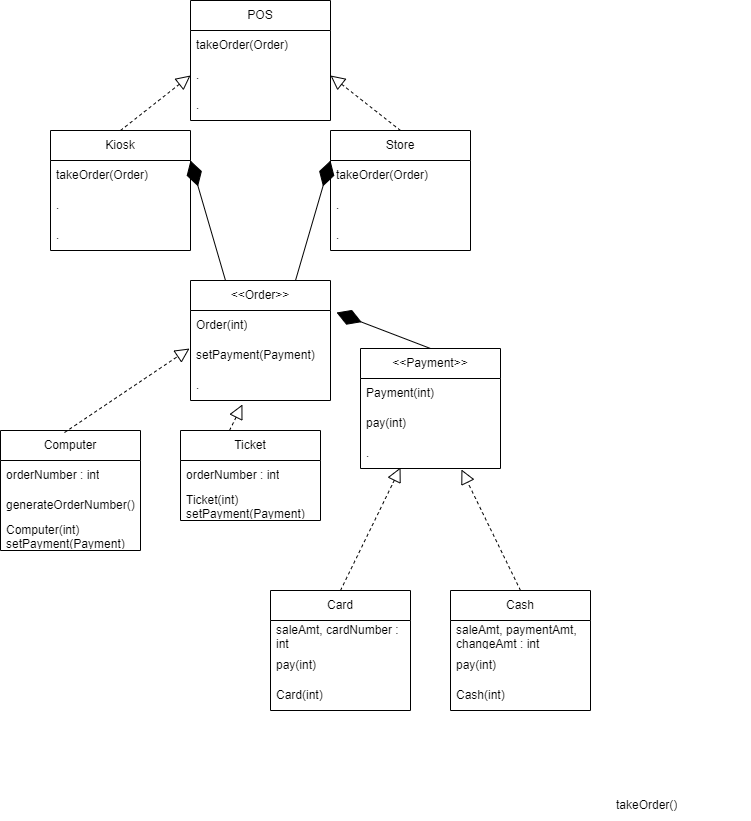
Arellano-Jann/strategy-pattern keeps this draw.io diagram as HW 1 UML Image.png. Above is the earlier version. Source tidied: cells renumbered, new cells last; positions are measured from the earlier drawing's top-left corner, leaving out a move shared by most shapes.
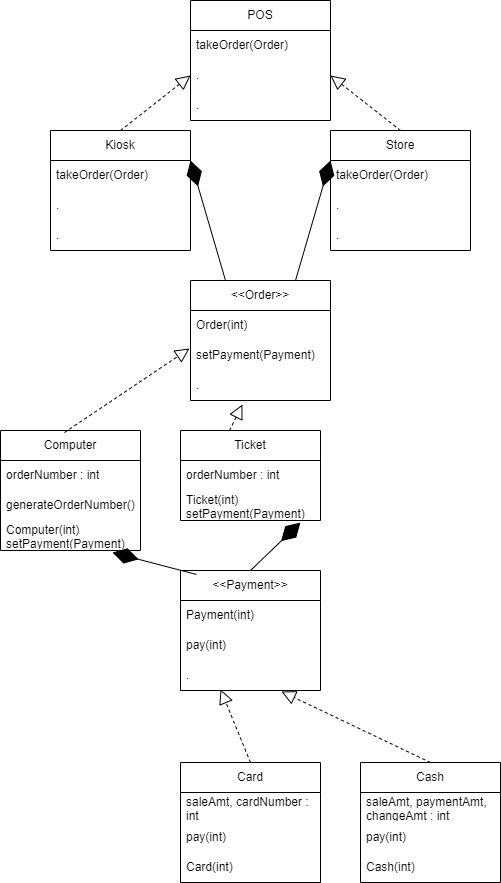
The same diagram one commit later.

The edit, as a diff of the source:
```diff
@@ -15,7 +15,7 @@
       <mxGeometry y="90" width="140" height="30" as="geometry" />
     </mxCell>
     <mxCell id="6" value="&amp;lt;&amp;lt;Payment&amp;gt;&amp;gt;" style="swimlane;fontStyle=0;horizontal=1;startSize=30;whiteSpace=wrap;html=1;" parent="1" vertex="1">
-      <mxGeometry x="360" y="348" width="140" height="120" as="geometry" />
+      <mxGeometry x="180" y="570" width="140" height="120" as="geometry" />
     </mxCell>
     <mxCell id="7" value="Payment(int)" style="text;strokeColor=none;fillColor=none;align=left;verticalAlign=middle;spacingLeft=4;spacingRight=4;overflow=hidden;whiteSpace=wrap;html=1;" parent="6" vertex="1">
       <mxGeometry y="30" width="140" height="30" as="geometry" />
@@ -72,7 +72,7 @@
       <mxGeometry y="60" width="140" height="30" as="geometry" />
     </mxCell>
     <mxCell id="25" value="Card" style="swimlane;fontStyle=0;horizontal=1;startSize=30;whiteSpace=wrap;html=1;" parent="1" vertex="1">
-      <mxGeometry x="270" y="590" width="140" height="120" as="geometry" />
+      <mxGeometry x="180" y="762" width="140" height="120" as="geometry" />
     </mxCell>
     <mxCell id="26" value="saleAmt, cardNumber : int" style="text;strokeColor=none;fillColor=none;align=left;verticalAlign=middle;spacingLeft=4;spacingRight=4;overflow=hidden;whiteSpace=wrap;html=1;" parent="25" vertex="1">
       <mxGeometry y="30" width="140" height="30" as="geometry" />
@@ -84,7 +84,7 @@
       <mxGeometry y="90" width="140" height="30" as="geometry" />
     </mxCell>
     <mxCell id="29" value="Cash" style="swimlane;fontStyle=0;horizontal=1;startSize=30;whiteSpace=wrap;html=1;" parent="1" vertex="1">
-      <mxGeometry x="450" y="590" width="140" height="120" as="geometry" />
+      <mxGeometry x="360" y="762" width="140" height="120" as="geometry" />
     </mxCell>
     <mxCell id="30" value="saleAmt, paymentAmt, changeAmt : int" style="text;strokeColor=none;fillColor=none;align=left;verticalAlign=middle;spacingLeft=4;spacingRight=4;overflow=hidden;whiteSpace=wrap;html=1;" parent="29" vertex="1">
       <mxGeometry y="30" width="140" height="30" as="geometry" />
@@ -107,9 +107,6 @@
     <mxCell id="36" value="." style="text;strokeColor=none;fillColor=none;align=left;verticalAlign=middle;spacingLeft=4;spacingRight=4;overflow=hidden;whiteSpace=wrap;html=1;" parent="33" vertex="1">
       <mxGeometry y="90" width="140" height="30" as="geometry" />
     </mxCell>
-    <mxCell id="37" value="takeOrder()" style="text;strokeColor=none;fillColor=none;align=left;verticalAlign=middle;spacingLeft=4;spacingRight=4;overflow=hidden;whiteSpace=wrap;html=1;" parent="1" vertex="1">
-      <mxGeometry x="610" y="790" width="140" height="30" as="geometry" />
-    </mxCell>
     <mxCell id="38" style="endArrow=block;dashed=1;endFill=0;endSize=12;html=1;rounded=0;entryX=0;entryY=0.5;entryDx=0;entryDy=0;exitX=0.5;exitY=0;exitDx=0;exitDy=0;" parent="1" edge="1" source="10" target="35">
       <mxGeometry relative="1" as="geometry" />
     </mxCell>
@@ -128,7 +125,7 @@
     <mxCell id="43" style="endArrow=block;dashed=1;endFill=0;endSize=12;html=1;rounded=0;entryX=0.371;entryY=1.133;entryDx=0;entryDy=0;entryPerimeter=0;exitX=0.35;exitY=0;exitDx=0;exitDy=0;exitPerimeter=0;" parent="1" edge="1" source="22" target="5">
       <mxGeometry relative="1" as="geometry" />
     </mxCell>
-    <mxCell id="44" style="endArrow=diamondThin;endFill=1;endSize=24;html=1;rounded=0;entryX=1.043;entryY=0.067;entryDx=0;entryDy=0;entryPerimeter=0;exitX=0.5;exitY=0;exitDx=0;exitDy=0;" parent="1" edge="1" source="6" target="3">
+    <mxCell id="44" style="endArrow=diamondThin;endFill=1;endSize=24;html=1;rounded=0;entryX=0.857;entryY=1.067;entryDx=0;entryDy=0;entryPerimeter=0;exitX=0.5;exitY=0;exitDx=0;exitDy=0;" parent="1" edge="1" source="6" target="24">
       <mxGeometry relative="1" as="geometry" />
     </mxCell>
     <mxCell id="45" style="endArrow=block;dashed=1;endFill=0;endSize=12;html=1;rounded=0;entryX=0.286;entryY=0.967;entryDx=0;entryDy=0;exitX=0.5;exitY=0;exitDx=0;exitDy=0;entryPerimeter=0;" parent="1" edge="1" source="25" target="9">
@@ -137,5 +134,8 @@
     <mxCell id="46" style="endArrow=block;dashed=1;endFill=0;endSize=12;html=1;rounded=0;entryX=0.721;entryY=1.033;entryDx=0;entryDy=0;entryPerimeter=0;exitX=0.5;exitY=0;exitDx=0;exitDy=0;" parent="1" edge="1" source="29" target="9">
       <mxGeometry relative="1" as="geometry" />
     </mxCell>
+    <mxCell id="47" style="endArrow=diamondThin;endFill=1;endSize=24;html=1;rounded=0;entryX=0.8;entryY=1.067;entryDx=0;entryDy=0;entryPerimeter=0;exitX=0.114;exitY=0.033;exitDx=0;exitDy=0;exitPerimeter=0;" parent="1" edge="1" source="6" target="21">
+      <mxGeometry relative="1" as="geometry" />
+    </mxCell>
   </root>
 </mxGraphModel>
```
